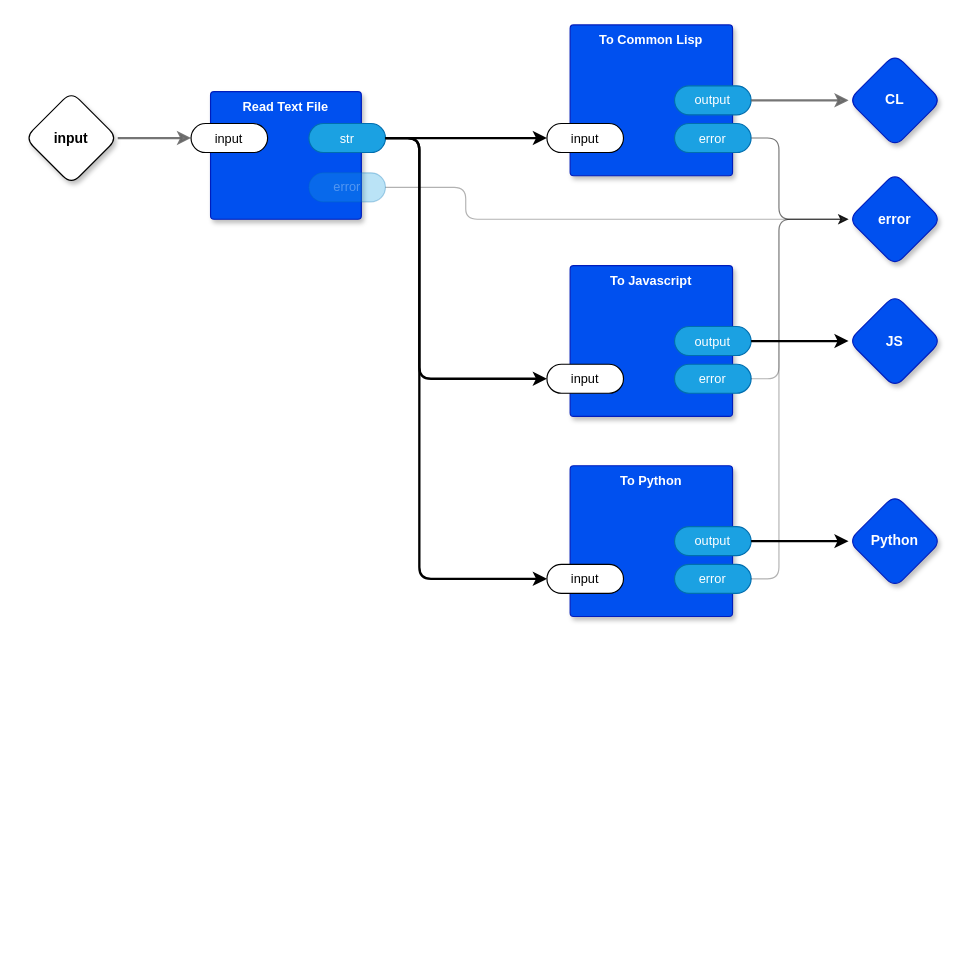
guitarvydas/0dproto keeps this draw.io diagram as page "main" (1 of 12) of src/demo_arith.drawio. Above is the earlier version. Source tidied: cells renumbered, new cells numbered last; positions are measured from the earlier drawing's top-left corner, leaving out a move shared by most shapes. Both pictures are drawn from the tidied source at 116%, with x=0, y=0 at pixel (24, 24).
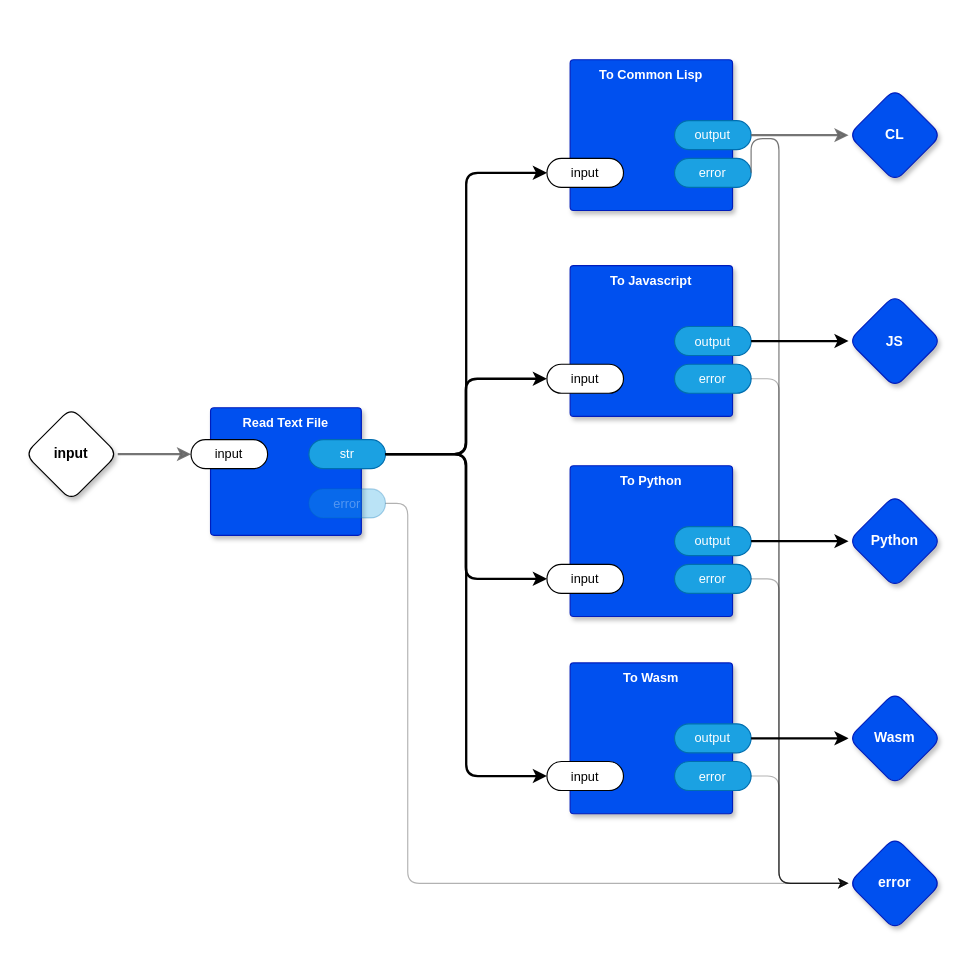
Above is the later version.

The change refers to these unchanged cells:
```xml
<mxCell id="8" value="error" style="rounded=1;whiteSpace=wrap;html=1;sketch=0;points=[[0,0.5,0,0,0],[1,0.5,0,0,0]];fillColor=#1ba1e2;fontColor=#ffffff;strokeColor=#006EAF;arcSize=50;fontFamily=Helvetica;fontSize=11;" parent="5" vertex="1">
  <mxGeometry x="90" y="85" width="66" height="25" as="geometry" />
</mxCell>
<mxCell id="14" value="str" style="rounded=1;whiteSpace=wrap;html=1;sketch=0;points=[[0,0.5,0,0,0],[1,0.5,0,0,0]];fillColor=#1ba1e2;fontColor=#ffffff;strokeColor=#006EAF;arcSize=50;fontFamily=Helvetica;fontSize=11;" parent="12" vertex="1">
  <mxGeometry x="84.8" y="27.5" width="66" height="25" as="geometry" />
</mxCell>
<mxCell id="15" value="error" style="rounded=1;whiteSpace=wrap;html=1;sketch=0;points=[[0,0.5,0,0,0],[1,0.5,0,0,0]];fillColor=#1ba1e2;fontColor=#ffffff;strokeColor=#006EAF;arcSize=50;fontFamily=Helvetica;fontSize=11;textOpacity=30;opacity=30;" parent="12" vertex="1">
  <mxGeometry x="84.8" y="70" width="66" height="25" as="geometry" />
</mxCell>
<mxCell id="19" value="input" style="rounded=1;whiteSpace=wrap;html=1;sketch=0;points=[[0,0.5,0,0,0],[1,0.5,0,0,0]];arcSize=50;fontFamily=Helvetica;fontSize=11;fontColor=default;" parent="18" vertex="1">
  <mxGeometry x="-20" y="85" width="66" height="25" as="geometry" />
</mxCell>
<mxCell id="21" value="error" style="rounded=1;whiteSpace=wrap;html=1;sketch=0;points=[[0,0.5,0,0,0],[1,0.5,0,0,0]];fillColor=#1ba1e2;fontColor=#ffffff;strokeColor=#006EAF;arcSize=50;fontFamily=Helvetica;fontSize=11;" parent="18" vertex="1">
  <mxGeometry x="90" y="85" width="66" height="25" as="geometry" />
</mxCell>
<mxCell id="27" value="input" style="rounded=1;whiteSpace=wrap;html=1;sketch=0;points=[[0,0.5,0,0,0],[1,0.5,0,0,0]];arcSize=50;fontFamily=Helvetica;fontSize=11;fontColor=default;" parent="26" vertex="1">
  <mxGeometry x="-20" y="85" width="66" height="25" as="geometry" />
</mxCell>
<mxCell id="29" value="error" style="rounded=1;whiteSpace=wrap;html=1;sketch=0;points=[[0,0.5,0,0,0],[1,0.5,0,0,0]];fillColor=#1ba1e2;fontColor=#ffffff;strokeColor=#006EAF;arcSize=50;fontFamily=Helvetica;fontSize=11;" parent="26" vertex="1">
  <mxGeometry x="90" y="85" width="66" height="25" as="geometry" />
</mxCell>
```

The edit, as a diff of the source:
```diff
@@
     <mxCell id="3" value="input" style="rhombus;whiteSpace=wrap;html=1;rounded=1;fontStyle=1;glass=0;sketch=0;fontSize=12;points=[[0,0.5,0,0,0],[0.5,0,0,0,0],[0.5,1,0,0,0],[1,0.5,0,0,0]];shadow=1;fontFamily=Helvetica;fontColor=default;" parent="1" vertex="1">
-      <mxGeometry y="57.5" width="80" height="80" as="geometry" />
+      <mxGeometry y="330" width="80" height="80" as="geometry" />
     </mxCell>
     <mxCell id="4" value="CL" style="rhombus;whiteSpace=wrap;html=1;rounded=1;fillColor=#0050ef;fontColor=#ffffff;strokeColor=#001DBC;fontStyle=1;glass=0;sketch=0;fontSize=12;points=[[0,0.5,0,0,0],[0.5,0,0,0,0],[0.5,1,0,0,0],[1,0.5,0,0,0]];shadow=1;fontFamily=Helvetica;" parent="1" vertex="1">
-      <mxGeometry x="710" y="25" width="80" height="80" as="geometry" />
+      <mxGeometry x="710" y="55" width="80" height="80" as="geometry" />
     </mxCell>
     <mxCell id="5" value="To Common Lisp" style="rounded=1;whiteSpace=wrap;html=1;sketch=0;verticalAlign=top;arcSize=6;fontStyle=1;absoluteArcSize=1;shadow=1;strokeColor=#001DBC;fillColor=#0050ef;fontColor=#ffffff;fontFamily=Helvetica;fontSize=11;" parent="1" vertex="1">
-      <mxGeometry x="470" width="140" height="130" as="geometry" />
+      <mxGeometry x="470" y="30" width="140" height="130" as="geometry" />
     </mxCell>
@@
     <mxCell id="10" value="error" style="rhombus;whiteSpace=wrap;html=1;rounded=1;fillColor=#0050ef;fontColor=#ffffff;strokeColor=#001DBC;fontStyle=1;glass=0;sketch=0;fontSize=12;points=[[0,0.5,0,0,0],[0.5,0,0,0,0],[0.5,1,0,0,0],[1,0.5,0,0,0]];shadow=1;fontFamily=Helvetica;" parent="1" vertex="1">
-      <mxGeometry x="710" y="127.5" width="80" height="80" as="geometry" />
+      <mxGeometry x="710" y="700" width="80" height="80" as="geometry" />
     </mxCell>
     <mxCell id="11" style="edgeStyle=orthogonalEdgeStyle;shape=connector;rounded=1;jumpStyle=arc;jettySize=auto;html=1;exitX=1;exitY=0.5;exitDx=0;exitDy=0;exitPerimeter=0;entryX=0;entryY=0.5;entryDx=0;entryDy=0;entryPerimeter=0;labelBackgroundColor=default;strokeColor=#666666;strokeWidth=1;fontFamily=Helvetica;fontSize=11;fontColor=default;endArrow=classic;fillColor=#f5f5f5;opacity=90;" parent="1" edge="1" source="8" target="10">
       <mxGeometry relative="1" as="geometry">
         <Array as="points">
           <mxPoint x="650" y="98" />
-          <mxPoint x="650" y="168" />
+          <mxPoint x="650" y="740" />
         </Array>
       </mxGeometry>
     </mxCell>
     <mxCell id="12" value="Read Text File" style="rounded=1;whiteSpace=wrap;html=1;sketch=0;verticalAlign=top;arcSize=6;fontStyle=1;absoluteArcSize=1;shadow=1;strokeColor=#001DBC;fillColor=#0050ef;fontColor=#ffffff;fontFamily=Helvetica;fontSize=11;" parent="1" vertex="1">
-      <mxGeometry x="160" y="57.5" width="130" height="110" as="geometry" />
+      <mxGeometry x="160" y="330" width="130" height="110" as="geometry" />
     </mxCell>
@@
     <mxCell id="17" style="edgeStyle=orthogonalEdgeStyle;rounded=1;jettySize=auto;html=1;exitX=1;exitY=0.5;exitDx=0;exitDy=0;exitPerimeter=0;entryX=0;entryY=0.5;entryDx=0;entryDy=0;entryPerimeter=0;opacity=30;" parent="1" edge="1" source="15" target="10">
       <mxGeometry relative="1" as="geometry">
         <Array as="points">
-          <mxPoint x="380" y="140" />
-          <mxPoint x="380" y="168" />
+          <mxPoint x="330" y="413" />
+          <mxPoint x="330" y="740" />
         </Array>
       </mxGeometry>
     </mxCell>
@@
     <mxCell id="22" style="edgeStyle=orthogonalEdgeStyle;rounded=1;jettySize=auto;html=1;entryX=0;entryY=0.5;entryDx=0;entryDy=0;entryPerimeter=0;opacity=30;" parent="1" edge="1" source="21" target="10">
       <mxGeometry relative="1" as="geometry">
         <Array as="points">
           <mxPoint x="650" y="305" />
-          <mxPoint x="650" y="168" />
+          <mxPoint x="650" y="740" />
         </Array>
       </mxGeometry>
     </mxCell>
     <mxCell id="23" style="edgeStyle=orthogonalEdgeStyle;rounded=1;jettySize=auto;html=1;exitX=1;exitY=0.5;exitDx=0;exitDy=0;exitPerimeter=0;entryX=0;entryY=0.5;entryDx=0;entryDy=0;entryPerimeter=0;strokeWidth=2;" parent="1" edge="1" source="14" target="19">
       <mxGeometry relative="1" as="geometry">
         <Array as="points">
-          <mxPoint x="340" y="98" />
-          <mxPoint x="340" y="305" />
+          <mxPoint x="380" y="370" />
+          <mxPoint x="380" y="305" />
         </Array>
       </mxGeometry>
     </mxCell>
@@
     <mxCell id="32" style="edgeStyle=orthogonalEdgeStyle;rounded=1;jettySize=auto;html=1;exitX=1;exitY=0.5;exitDx=0;exitDy=0;exitPerimeter=0;entryX=0;entryY=0.5;entryDx=0;entryDy=0;entryPerimeter=0;strokeWidth=2;" parent="1" edge="1" source="14" target="27">
       <mxGeometry relative="1" as="geometry">
         <Array as="points">
-          <mxPoint x="340" y="98" />
-          <mxPoint x="340" y="478" />
+          <mxPoint x="380" y="370" />
+          <mxPoint x="380" y="478" />
         </Array>
       </mxGeometry>
     </mxCell>
     <mxCell id="33" style="edgeStyle=orthogonalEdgeStyle;rounded=1;jettySize=auto;html=1;exitX=1;exitY=0.5;exitDx=0;exitDy=0;exitPerimeter=0;entryX=0;entryY=0.5;entryDx=0;entryDy=0;entryPerimeter=0;opacity=30;" parent="1" edge="1" source="29" target="10">
       <mxGeometry relative="1" as="geometry">
         <Array as="points">
           <mxPoint x="650" y="478" />
-          <mxPoint x="650" y="168" />
+          <mxPoint x="650" y="740" />
         </Array>
       </mxGeometry>
     </mxCell>
+    <mxCell id="34" value="To Wasm" style="rounded=1;whiteSpace=wrap;html=1;sketch=0;verticalAlign=top;arcSize=6;fontStyle=1;absoluteArcSize=1;shadow=1;strokeColor=#001DBC;fillColor=#0050ef;fontColor=#ffffff;fontFamily=Helvetica;fontSize=11;" parent="1" vertex="1">
+      <mxGeometry x="470" y="550" width="140" height="130" as="geometry" />
+    </mxCell>
+    <mxCell id="35" value="input" style="rounded=1;whiteSpace=wrap;html=1;sketch=0;points=[[0,0.5,0,0,0],[1,0.5,0,0,0]];arcSize=50;fontFamily=Helvetica;fontSize=11;fontColor=default;" parent="34" vertex="1">
+      <mxGeometry x="-20" y="85" width="66" height="25" as="geometry" />
+    </mxCell>
+    <mxCell id="36" value="output" style="rounded=1;whiteSpace=wrap;html=1;sketch=0;points=[[0,0.5,0,0,0],[1,0.5,0,0,0]];fillColor=#1ba1e2;fontColor=#ffffff;strokeColor=#006EAF;arcSize=50;fontFamily=Helvetica;fontSize=11;" parent="34" vertex="1">
+      <mxGeometry x="90" y="52.5" width="66" height="25" as="geometry" />
+    </mxCell>
+    <mxCell id="37" value="error" style="rounded=1;whiteSpace=wrap;html=1;sketch=0;points=[[0,0.5,0,0,0],[1,0.5,0,0,0]];fillColor=#1ba1e2;fontColor=#ffffff;strokeColor=#006EAF;arcSize=50;fontFamily=Helvetica;fontSize=11;" parent="34" vertex="1">
+      <mxGeometry x="90" y="85" width="66" height="25" as="geometry" />
+    </mxCell>
+    <mxCell id="38" value="Wasm" style="rhombus;whiteSpace=wrap;html=1;rounded=1;fillColor=#0050ef;fontColor=#ffffff;strokeColor=#001DBC;fontStyle=1;glass=0;sketch=0;fontSize=12;points=[[0,0.5,0,0,0],[0.5,0,0,0,0],[0.5,1,0,0,0],[1,0.5,0,0,0]];shadow=1;fontFamily=Helvetica;" parent="1" vertex="1">
+      <mxGeometry x="710" y="575" width="80" height="80" as="geometry" />
+    </mxCell>
+    <mxCell id="39" style="edgeStyle=orthogonalEdgeStyle;rounded=1;jettySize=auto;html=1;exitX=1;exitY=0.5;exitDx=0;exitDy=0;exitPerimeter=0;entryX=0;entryY=0.5;entryDx=0;entryDy=0;entryPerimeter=0;strokeWidth=2;curved=0;" parent="1" edge="1" source="36" target="38">
+      <mxGeometry relative="1" as="geometry" />
+    </mxCell>
+    <mxCell id="40" style="edgeStyle=orthogonalEdgeStyle;shape=connector;curved=0;rounded=1;jettySize=auto;html=1;exitX=1;exitY=0.5;exitDx=0;exitDy=0;exitPerimeter=0;entryX=0;entryY=0.5;entryDx=0;entryDy=0;entryPerimeter=0;labelBackgroundColor=default;strokeColor=default;strokeWidth=1;align=center;verticalAlign=middle;fontFamily=Helvetica;fontSize=11;fontColor=default;endArrow=classic;opacity=30;" parent="1" edge="1" source="37" target="10">
+      <mxGeometry relative="1" as="geometry">
+        <Array as="points">
+          <mxPoint x="650" y="648" />
+          <mxPoint x="650" y="740" />
+        </Array>
+      </mxGeometry>
+    </mxCell>
+    <mxCell id="41" style="edgeStyle=orthogonalEdgeStyle;shape=connector;curved=0;rounded=1;jettySize=auto;html=1;exitX=1;exitY=0.5;exitDx=0;exitDy=0;exitPerimeter=0;entryX=0;entryY=0.5;entryDx=0;entryDy=0;entryPerimeter=0;labelBackgroundColor=default;strokeColor=default;strokeWidth=2;align=center;verticalAlign=middle;fontFamily=Helvetica;fontSize=11;fontColor=default;endArrow=classic;" parent="1" edge="1" source="14" target="35">
+      <mxGeometry relative="1" as="geometry" />
+    </mxCell>
```
